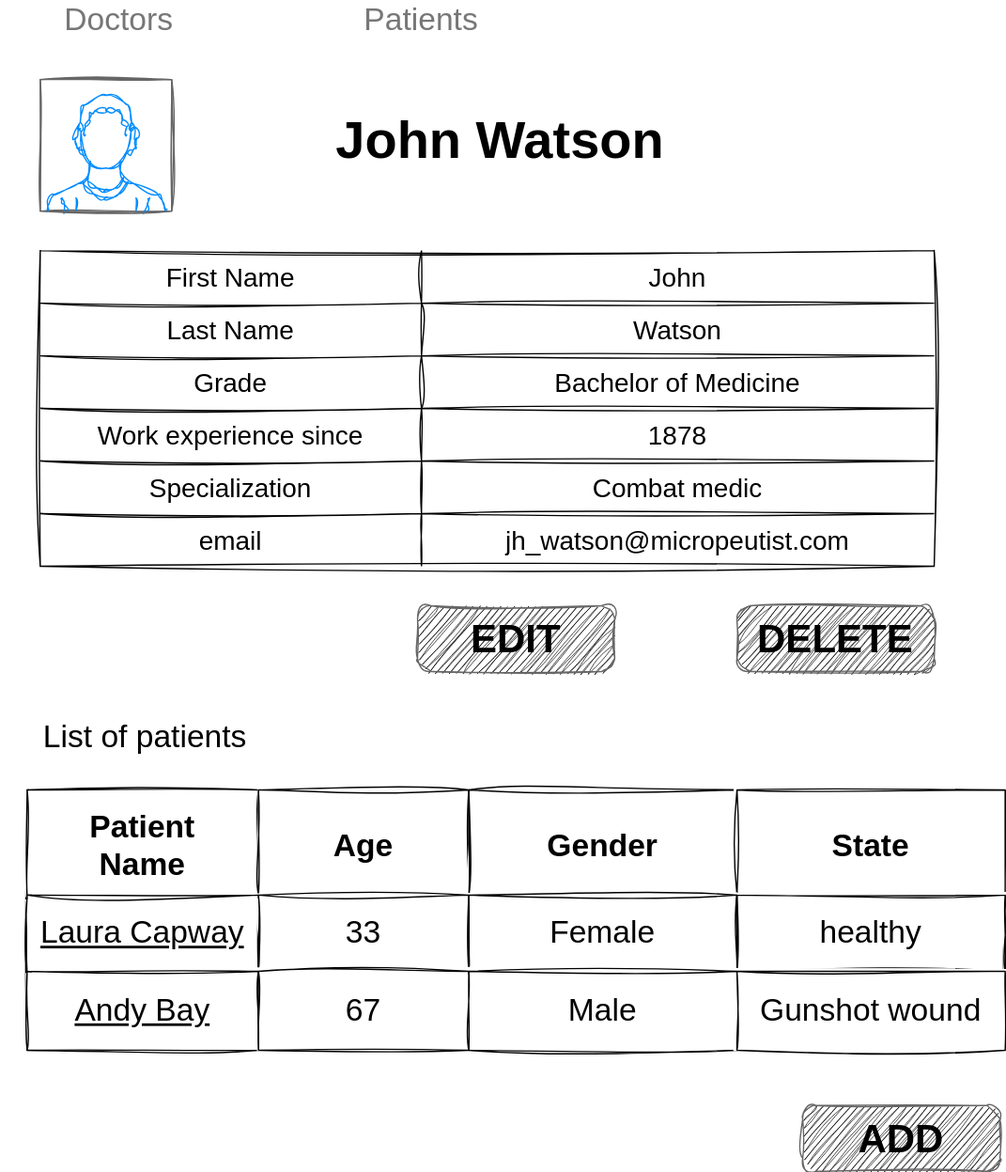
The draw.io diagram documentation/mockups/Doctor.svg in DmytroY/EPAM_Flask, before a commit. Source tidied: cells renumbered, new cells last; positions are measured from the earlier drawing's top-left corner, leaving out a move shared by most shapes.
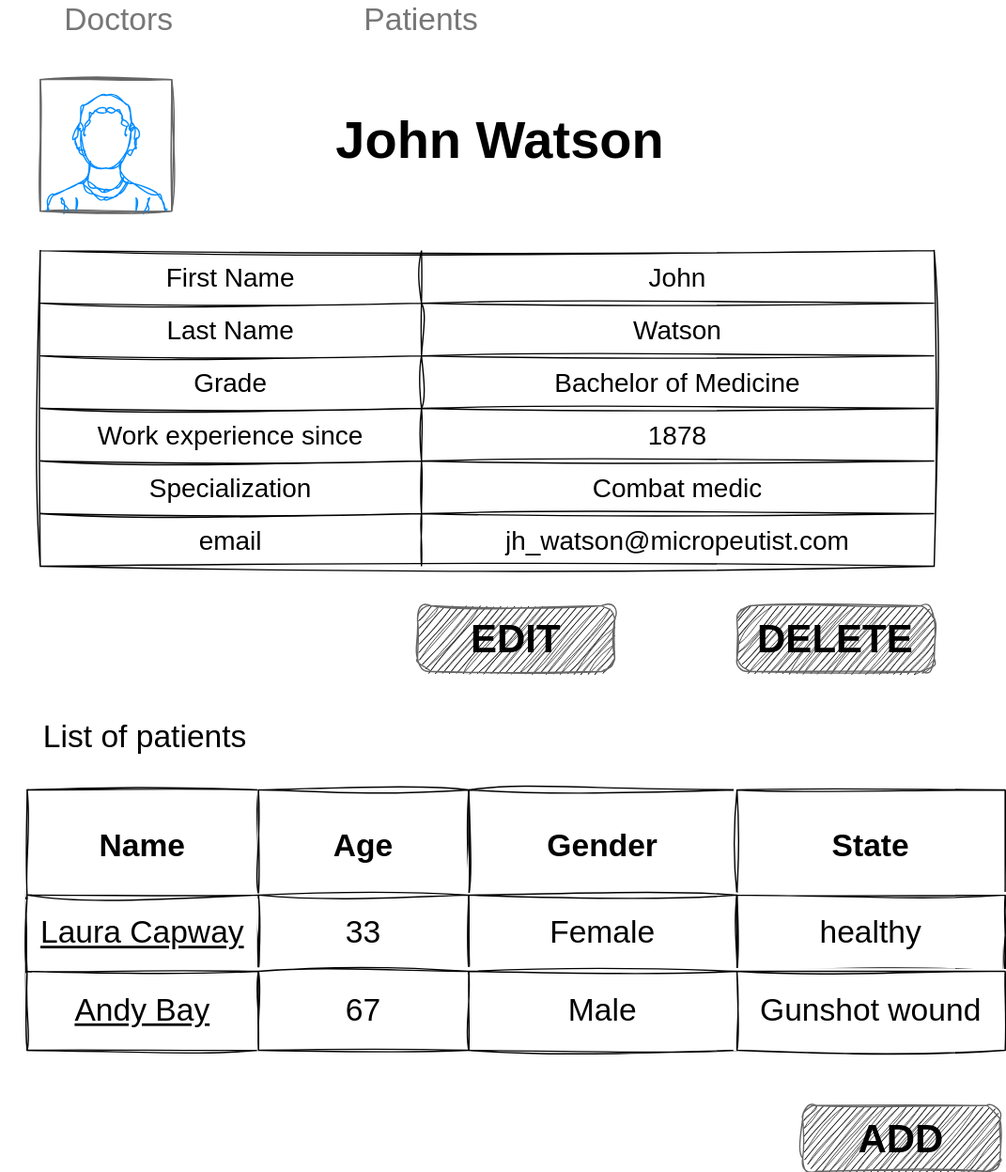
Above is the later version.

What changed in the source:
```diff
@@ -77,7 +77,7 @@
     <mxCell id="26" style="shape=tableRow;horizontal=0;startSize=0;swimlaneHead=0;swimlaneBody=0;top=0;left=0;bottom=0;right=0;fontStyle=0;fontSize=24;labelBackgroundColor=none;rounded=0;fontFamily=Helvetica;swimlaneLine=0;shadow=0;sketch=1;curveFitting=1;jiggle=2;" parent="25" vertex="1">
       <mxGeometry width="744" height="80" as="geometry" />
     </mxCell>
-    <mxCell id="27" value="Patient&#10;Name" style="align=center;fontStyle=1;fontSize=24;labelBackgroundColor=none;rounded=0;fontFamily=Helvetica;swimlaneLine=0;shadow=0;sketch=1;curveFitting=1;jiggle=2;" parent="26" vertex="1">
+    <mxCell id="27" value="Name" style="align=center;fontStyle=1;fontSize=24;labelBackgroundColor=none;rounded=0;fontFamily=Helvetica;swimlaneLine=0;shadow=0;sketch=1;curveFitting=1;jiggle=2;" parent="26" vertex="1">
       <mxGeometry width="176" height="80" as="geometry" />
     </mxCell>
     <mxCell id="28" value="Age" style="align=center;fontStyle=1;fontSize=24;labelBackgroundColor=none;rounded=0;fontFamily=Helvetica;swimlaneLine=0;shadow=0;sketch=1;curveFitting=1;jiggle=2;" parent="26" vertex="1">
```
